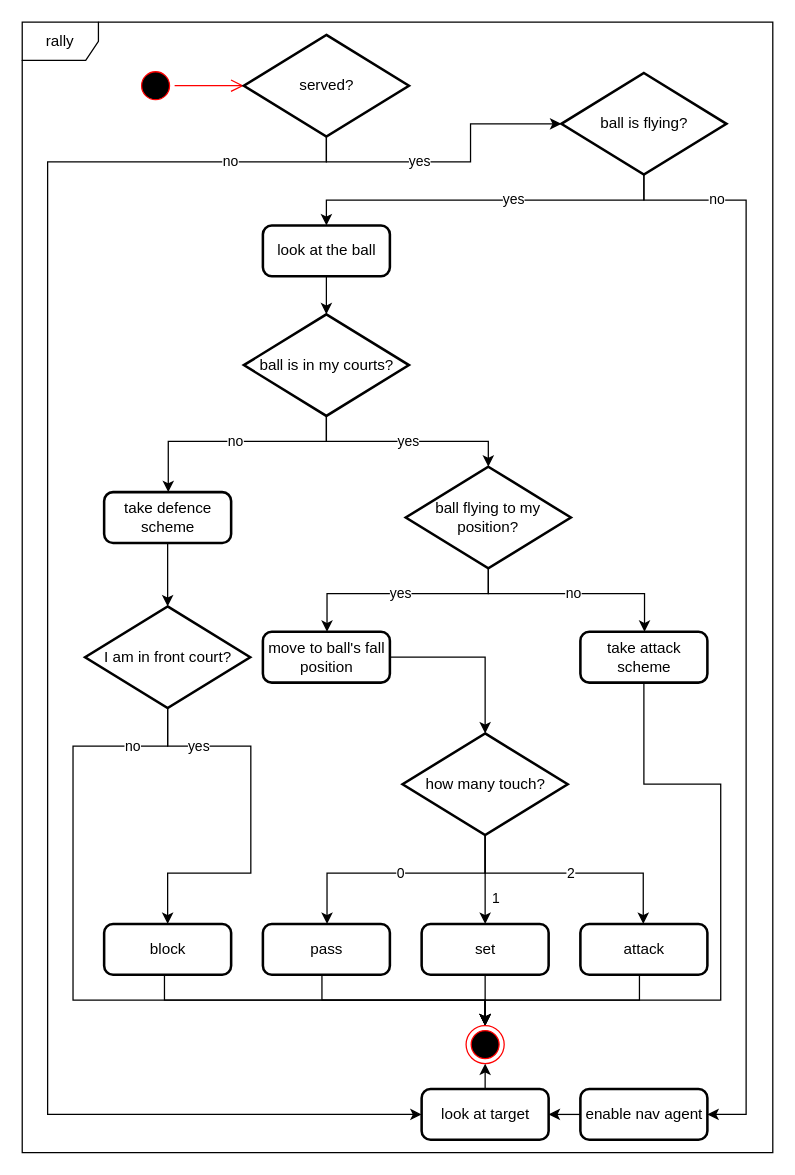
mikymaione/Folie keeps this draw.io diagram as Project/Documentation/Diagrams/rally.drawio. Above is the earlier version. Source tidied: cells renumbered, new cells numbered last; positions are measured from the earlier drawing's top-left corner, leaving out a move shared by most shapes. Both pictures are drawn from the tidied source at 127%, with x=0, y=0 at pixel (22, 22).
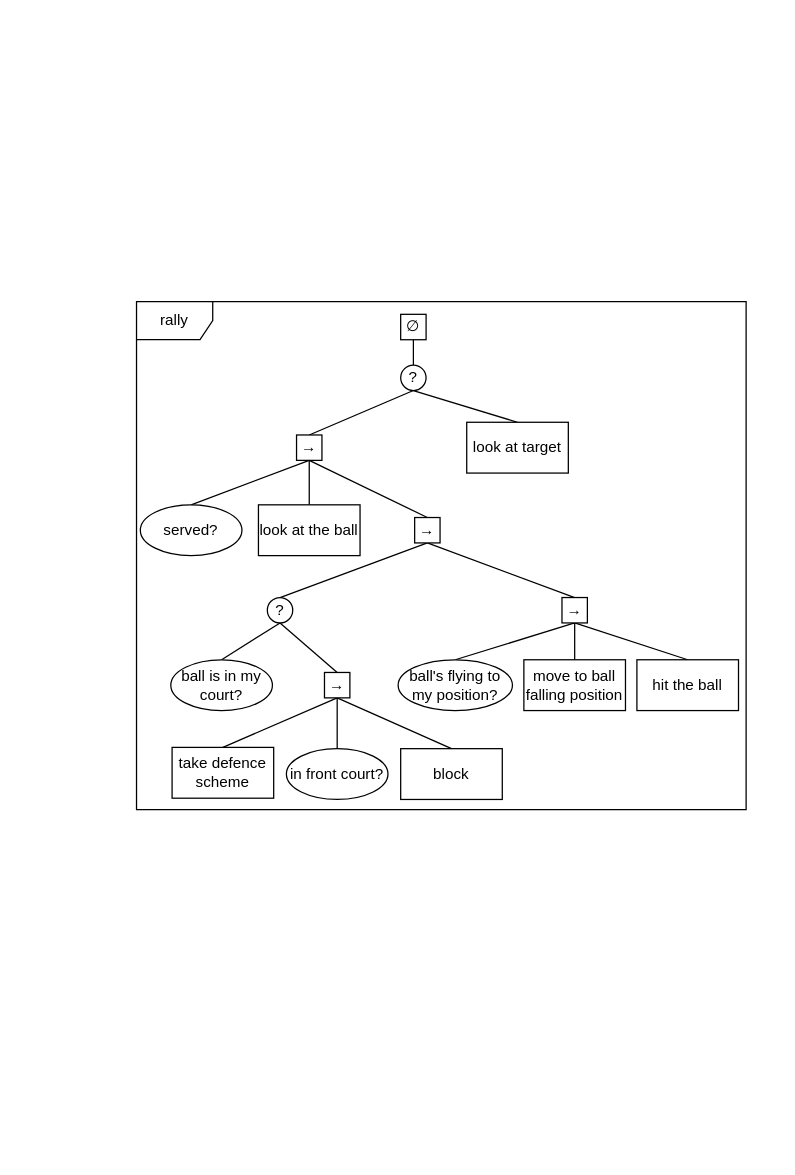
The same diagram, later.

Diff of the diagram source:
```diff
@@
     <mxCell id="2" value="rally" style="shape=umlFrame;whiteSpace=wrap;html=1;" parent="1" vertex="1">
-      <mxGeometry width="591" height="890" as="geometry" />
+      <mxGeometry x="90" y="220" width="480" height="400" as="geometry" />
     </mxCell>
-    <mxCell id="3" value="ball flying to my position?" style="strokeWidth=2;html=1;shape=mxgraph.flowchart.decision;whiteSpace=wrap;" parent="1" vertex="1">
-      <mxGeometry x="302" y="350" width="130" height="80" as="geometry" />
-    </mxCell>
+    <mxCell id="45" style="rounded=0;jettySize=auto;html=1;exitX=0.5;exitY=1;exitDx=0;exitDy=0;endArrow=none;endFill=0;entryX=0.5;entryY=0;entryDx=0;entryDy=0;" parent="1" edge="1" source="47" target="49">
+      <mxGeometry relative="1" as="geometry" />
+    </mxCell>
+    <mxCell id="46" style="edgeStyle=none;rounded=0;jettySize=auto;html=1;exitX=0.5;exitY=1;exitDx=0;exitDy=0;entryX=0.5;entryY=0;entryDx=0;entryDy=0;endArrow=none;endFill=0;" parent="1" edge="1" source="47" target="41">
+      <mxGeometry relative="1" as="geometry" />
+    </mxCell>
+    <mxCell id="47" value="?" style="ellipse;whiteSpace=wrap;html=1;" parent="1" vertex="1">
+      <mxGeometry x="298" y="270" width="20" height="20" as="geometry" />
+    </mxCell>
+    <mxCell id="48" style="edgeStyle=none;rounded=0;jettySize=auto;html=1;exitX=0.5;exitY=1;exitDx=0;exitDy=0;entryX=0.5;entryY=0;entryDx=0;entryDy=0;endArrow=none;endFill=0;" parent="1" edge="1" source="49" target="35">
+      <mxGeometry relative="1" as="geometry" />
+    </mxCell>
+    <mxCell id="49" value="→" style="whiteSpace=wrap;html=1;flipH=1;" parent="1" vertex="1">
+      <mxGeometry x="216" y="325" width="20" height="20" as="geometry" />
+    </mxCell>
+    <mxCell id="35" value="served?" style="ellipse;whiteSpace=wrap;html=1;flipH=1;" parent="1" vertex="1">
+      <mxGeometry x="93" y="380" width="80" height="40" as="geometry" />
+    </mxCell>
+    <mxCell id="50" style="edgeStyle=none;rounded=0;jettySize=auto;html=1;exitX=0.5;exitY=1;exitDx=0;exitDy=0;entryX=0.5;entryY=0;entryDx=0;entryDy=0;endArrow=none;endFill=0;" parent="1" edge="1" source="72" target="60">
+      <mxGeometry relative="1" as="geometry" />
+    </mxCell>
+    <mxCell id="51" style="edgeStyle=none;rounded=0;jettySize=auto;html=1;exitX=0.5;exitY=1;exitDx=0;exitDy=0;entryX=0.5;entryY=0;entryDx=0;entryDy=0;endArrow=none;endFill=0;" parent="1" edge="1" source="72" target="54">
+      <mxGeometry relative="1" as="geometry" />
+    </mxCell>
+    <mxCell id="52" style="edgeStyle=none;rounded=0;jettySize=auto;html=1;exitX=0.5;exitY=1;exitDx=0;exitDy=0;entryX=0.5;entryY=0;entryDx=0;entryDy=0;endArrow=none;endFill=0;" parent="1" edge="1" source="54" target="71">
+      <mxGeometry relative="1" as="geometry" />
+    </mxCell>
+    <mxCell id="53" style="edgeStyle=none;rounded=0;jettySize=auto;html=1;exitX=0.5;exitY=1;exitDx=0;exitDy=0;entryX=0.5;entryY=0;entryDx=0;entryDy=0;endArrow=none;endFill=0;" parent="1" edge="1" source="54" target="68">
+      <mxGeometry relative="1" as="geometry" />
+    </mxCell>
+    <mxCell id="54" value="?" style="ellipse;whiteSpace=wrap;html=1;" parent="1" vertex="1">
+      <mxGeometry x="193" y="453" width="20" height="20" as="geometry" />
+    </mxCell>
+    <mxCell id="55" style="edgeStyle=none;rounded=0;jettySize=auto;html=1;exitX=0.5;exitY=1;exitDx=0;exitDy=0;entryX=0.5;entryY=0;entryDx=0;entryDy=0;endArrow=none;endFill=0;" parent="1" edge="1" source="60" target="57">
+      <mxGeometry relative="1" as="geometry" />
+    </mxCell>
+    <mxCell id="56" value="in front court?" style="ellipse;whiteSpace=wrap;html=1;" parent="1" vertex="1">
+      <mxGeometry x="208" y="572" width="80" height="40" as="geometry" />
+    </mxCell>
+    <mxCell id="22" value="block" style="rounded=0;whiteSpace=wrap;html=1;" parent="1" vertex="1">
+      <mxGeometry x="298" y="572" width="80" height="40" as="geometry" />
+    </mxCell>
+    <mxCell id="57" value="ball's flying to my position?" style="ellipse;whiteSpace=wrap;html=1;" parent="1" vertex="1">
+      <mxGeometry x="296" y="502" width="90" height="40" as="geometry" />
+    </mxCell>
+    <mxCell id="58" style="edgeStyle=none;rounded=0;jettySize=auto;html=1;exitX=0.5;exitY=1;exitDx=0;exitDy=0;entryX=0.5;entryY=0;entryDx=0;entryDy=0;endArrow=none;endFill=0;" parent="1" edge="1" source="60" target="61">
+      <mxGeometry relative="1" as="geometry" />
+    </mxCell>
+    <mxCell id="59" style="edgeStyle=none;rounded=0;jettySize=auto;html=1;exitX=0.5;exitY=1;exitDx=0;exitDy=0;entryX=0.5;entryY=0;entryDx=0;entryDy=0;endArrow=none;endFill=0;" parent="1" edge="1" source="60" target="62">
+      <mxGeometry relative="1" as="geometry" />
+    </mxCell>
+    <mxCell id="60" value="→" style="whiteSpace=wrap;html=1;" parent="1" vertex="1">
+      <mxGeometry x="425" y="453" width="20" height="20" as="geometry" />
+    </mxCell>
+    <mxCell id="61" value="move to ball falling position" style="rounded=0;whiteSpace=wrap;html=1;" parent="1" vertex="1">
+      <mxGeometry x="395" y="502" width="80" height="40" as="geometry" />
+    </mxCell>
+    <mxCell id="62" value="hit the ball" style="rounded=0;whiteSpace=wrap;html=1;" parent="1" vertex="1">
+      <mxGeometry x="484" y="502" width="80" height="40" as="geometry" />
+    </mxCell>
+    <mxCell id="41" value="look at target" style="rounded=0;whiteSpace=wrap;html=1;" parent="1" vertex="1">
+      <mxGeometry x="350" y="315" width="80" height="40" as="geometry" />
+    </mxCell>
+    <mxCell id="63" style="edgeStyle=none;rounded=0;jettySize=auto;html=1;exitX=0.5;exitY=1;exitDx=0;exitDy=0;entryX=0.5;entryY=0;entryDx=0;entryDy=0;endArrow=none;endFill=0;" parent="1" edge="1" source="49" target="72">
+      <mxGeometry relative="1" as="geometry" />
+    </mxCell>
+    <mxCell id="64" style="edgeStyle=none;rounded=0;jettySize=auto;html=1;exitX=0.5;exitY=1;exitDx=0;exitDy=0;entryX=0.5;entryY=0;entryDx=0;entryDy=0;endArrow=none;endFill=0;" parent="1" edge="1" source="49" target="33">
+      <mxGeometry relative="1" as="geometry" />
+    </mxCell>
+    <mxCell id="33" value="look at the ball" style="rounded=0;whiteSpace=wrap;html=1;" parent="1" vertex="1">
+      <mxGeometry x="186" y="380" width="80" height="40" as="geometry" />
+    </mxCell>
+    <mxCell id="65" style="edgeStyle=none;rounded=0;jettySize=auto;html=1;exitX=0.5;exitY=1;exitDx=0;exitDy=0;entryX=0.5;entryY=0;entryDx=0;entryDy=0;endArrow=none;endFill=0;" parent="1" edge="1" source="68" target="56">
+      <mxGeometry relative="1" as="geometry" />
+    </mxCell>
+    <mxCell id="66" style="edgeStyle=none;rounded=0;jettySize=auto;html=1;exitX=0.5;exitY=1;exitDx=0;exitDy=0;entryX=0.5;entryY=0;entryDx=0;entryDy=0;endArrow=none;endFill=0;" parent="1" edge="1" source="68" target="22">
+      <mxGeometry relative="1" as="geometry" />
+    </mxCell>
+    <mxCell id="67" style="edgeStyle=none;rounded=0;jettySize=auto;html=1;exitX=0.5;exitY=1;exitDx=0;exitDy=0;entryX=0.5;entryY=0;entryDx=0;entryDy=0;endArrow=none;endFill=0;" parent="1" edge="1" source="68" target="4">
+      <mxGeometry relative="1" as="geometry" />
+    </mxCell>
+    <mxCell id="68" value="→" style="whiteSpace=wrap;html=1;" parent="1" vertex="1">
+      <mxGeometry x="238" y="512" width="20" height="20" as="geometry" />
+    </mxCell>
+    <mxCell id="69" style="edgeStyle=none;rounded=0;jettySize=auto;html=1;exitX=0.5;exitY=1;exitDx=0;exitDy=0;entryX=0.5;entryY=0;entryDx=0;entryDy=0;endArrow=none;endFill=0;" parent="1" edge="1" source="70" target="47">
+      <mxGeometry relative="1" as="geometry" />
+    </mxCell>
+    <mxCell id="70" value="∅" style="whiteSpace=wrap;html=1;flipH=1;" parent="1" vertex="1">
+      <mxGeometry x="298" y="230" width="20" height="20" as="geometry" />
+    </mxCell>
+    <mxCell id="71" value="ball is in my court?" style="ellipse;whiteSpace=wrap;html=1;" parent="1" vertex="1">
+      <mxGeometry x="117" y="502" width="80" height="40" as="geometry" />
+    </mxCell>
-    <mxCell id="4" value="take defence scheme" style="rounded=1;whiteSpace=wrap;html=1;absoluteArcSize=1;arcSize=14;strokeWidth=2;" parent="1" vertex="1">
-      <mxGeometry x="64.5" y="370" width="100" height="40" as="geometry" />
+    <mxCell id="4" value="take defence scheme" style="rounded=0;whiteSpace=wrap;html=1;" parent="1" vertex="1">
+      <mxGeometry x="118" y="571" width="80" height="40" as="geometry" />
     </mxCell>
-    <mxCell id="5" value="move to ball's fall position" style="rounded=1;whiteSpace=wrap;html=1;absoluteArcSize=1;arcSize=14;strokeWidth=2;" parent="1" vertex="1">
-      <mxGeometry x="189.5" y="480" width="100" height="40" as="geometry" />
-    </mxCell>
-    <mxCell id="6" value="how many touch?" style="strokeWidth=2;html=1;shape=mxgraph.flowchart.decision;whiteSpace=wrap;" parent="1" vertex="1">
-      <mxGeometry x="299.5" y="560" width="130" height="80" as="geometry" />
-    </mxCell>
-    <mxCell id="7" value="pass" style="rounded=1;whiteSpace=wrap;html=1;absoluteArcSize=1;arcSize=14;strokeWidth=2;" parent="1" vertex="1">
-      <mxGeometry x="189.5" y="710" width="100" height="40" as="geometry" />
-    </mxCell>
-    <mxCell id="8" value="set" style="rounded=1;whiteSpace=wrap;html=1;absoluteArcSize=1;arcSize=14;strokeWidth=2;" parent="1" vertex="1">
-      <mxGeometry x="314.5" y="710" width="100" height="40" as="geometry" />
-    </mxCell>
-    <mxCell id="9" value="attack" style="rounded=1;whiteSpace=wrap;html=1;absoluteArcSize=1;arcSize=14;strokeWidth=2;" parent="1" vertex="1">
-      <mxGeometry x="439.5" y="710" width="100" height="40" as="geometry" />
-    </mxCell>
-    <mxCell id="10" value="0" style="endArrow=classic;html=1;edgeStyle=orthogonalEdgeStyle;rounded=0;exitX=0.5;exitY=1;exitDx=0;exitDy=0;exitPerimeter=0;" parent="1" edge="1" source="6" target="7">
-      <mxGeometry relative="1" as="geometry">
-        <Array as="points">
-          <mxPoint x="364" y="670" />
-          <mxPoint x="240" y="670" />
-        </Array>
-      </mxGeometry>
-    </mxCell>
-    <mxCell id="11" value="1" style="endArrow=classic;html=1;edgeStyle=orthogonalEdgeStyle;rounded=0;" parent="1" edge="1" source="6" target="8">
-      <mxGeometry x="0.43" y="8" relative="1" as="geometry" />
-    </mxCell>
-    <mxCell id="12" value="2" style="endArrow=classic;html=1;edgeStyle=orthogonalEdgeStyle;rounded=0;exitX=0.5;exitY=1;exitDx=0;exitDy=0;exitPerimeter=0;" parent="1" edge="1" source="6" target="9">
-      <mxGeometry relative="1" as="geometry">
-        <Array as="points">
-          <mxPoint x="364" y="670" />
-          <mxPoint x="489" y="670" />
-        </Array>
-      </mxGeometry>
-    </mxCell>
-    <mxCell id="13" style="endArrow=classic;html=1;rounded=0;edgeStyle=orthogonalEdgeStyle;" parent="1" edge="1" source="5" target="6">
-      <mxGeometry relative="1" as="geometry" />
-    </mxCell>
-    <mxCell id="14" value="yes" style="endArrow=classic;html=1;rounded=0;edgeStyle=orthogonalEdgeStyle;" parent="1" edge="1" source="3" target="5">
-      <mxGeometry relative="1" as="geometry">
-        <Array as="points">
-          <mxPoint x="367" y="450" />
-          <mxPoint x="240" y="450" />
-        </Array>
-      </mxGeometry>
-    </mxCell>
-    <mxCell id="15" value="ball is in my courts?" style="strokeWidth=2;html=1;shape=mxgraph.flowchart.decision;whiteSpace=wrap;" parent="1" vertex="1">
-      <mxGeometry x="174.5" y="230" width="130" height="80" as="geometry" />
-    </mxCell>
-    <mxCell id="16" value="yes" style="endArrow=classic;html=1;rounded=0;edgeStyle=orthogonalEdgeStyle;" parent="1" edge="1" source="15" target="3">
-      <mxGeometry relative="1" as="geometry" />
-    </mxCell>
-    <mxCell id="17" value="no" style="endArrow=classic;html=1;edgeStyle=orthogonalEdgeStyle;rounded=0;" parent="1" edge="1" source="15" target="4">
-      <mxGeometry relative="1" as="geometry">
-        <Array as="points">
-          <mxPoint x="239" y="330" />
-          <mxPoint x="115" y="330" />
-        </Array>
-      </mxGeometry>
-    </mxCell>
-    <mxCell id="18" value="take attack scheme" style="rounded=1;whiteSpace=wrap;html=1;absoluteArcSize=1;arcSize=14;strokeWidth=2;" parent="1" vertex="1">
-      <mxGeometry x="439.5" y="480" width="100" height="40" as="geometry" />
-    </mxCell>
-    <mxCell id="19" value="no" style="endArrow=classic;html=1;rounded=0;edgeStyle=orthogonalEdgeStyle;" parent="1" edge="1" source="3" target="18">
-      <mxGeometry relative="1" as="geometry">
-        <Array as="points">
-          <mxPoint x="367" y="450" />
-          <mxPoint x="490" y="450" />
-        </Array>
-      </mxGeometry>
-    </mxCell>
-    <mxCell id="20" value="I am in front court?" style="strokeWidth=2;html=1;shape=mxgraph.flowchart.decision;whiteSpace=wrap;" parent="1" vertex="1">
-      <mxGeometry x="49.5" y="460" width="130" height="80" as="geometry" />
-    </mxCell>
-    <mxCell id="21" style="endArrow=classic;html=1;rounded=0;edgeStyle=orthogonalEdgeStyle;" parent="1" edge="1" source="4" target="20">
-      <mxGeometry relative="1" as="geometry" />
-    </mxCell>
-    <mxCell id="22" value="block" style="rounded=1;whiteSpace=wrap;html=1;absoluteArcSize=1;arcSize=14;strokeWidth=2;" parent="1" vertex="1">
-      <mxGeometry x="64.5" y="710" width="100" height="40" as="geometry" />
-    </mxCell>
-    <mxCell id="23" value="yes" style="endArrow=classic;html=1;rounded=0;edgeStyle=orthogonalEdgeStyle;exitX=0.5;exitY=1;exitDx=0;exitDy=0;exitPerimeter=0;entryX=0.5;entryY=0;entryDx=0;entryDy=0;" parent="1" edge="1" source="20" target="22">
-      <mxGeometry x="-0.64" relative="1" as="geometry">
-        <Array as="points">
-          <mxPoint x="115" y="570" />
-          <mxPoint x="180" y="570" />
-          <mxPoint x="180" y="670" />
-          <mxPoint x="115" y="670" />
-        </Array>
-      </mxGeometry>
-    </mxCell>
-    <mxCell id="24" style="endArrow=classic;html=1;rounded=0;edgeStyle=orthogonalEdgeStyle;entryX=0.5;entryY=0;entryDx=0;entryDy=0;" parent="1" edge="1" source="22" target="40">
-      <mxGeometry relative="1" as="geometry">
-        <Array as="points">
-          <mxPoint x="112" y="770" />
-          <mxPoint x="365" y="770" />
-        </Array>
-      </mxGeometry>
-    </mxCell>
-    <mxCell id="25" style="endArrow=classic;html=1;rounded=0;edgeStyle=orthogonalEdgeStyle;entryX=0.5;entryY=0;entryDx=0;entryDy=0;" parent="1" edge="1" source="7" target="40">
-      <mxGeometry relative="1" as="geometry">
-        <Array as="points">
-          <mxPoint x="236" y="770" />
-          <mxPoint x="365" y="770" />
-        </Array>
-      </mxGeometry>
-    </mxCell>
-    <mxCell id="26" style="endArrow=classic;html=1;rounded=0;edgeStyle=orthogonalEdgeStyle;entryX=0.5;entryY=0;entryDx=0;entryDy=0;" parent="1" edge="1" source="8" target="40">
-      <mxGeometry relative="1" as="geometry" />
-    </mxCell>
-    <mxCell id="27" style="endArrow=classic;html=1;rounded=0;edgeStyle=orthogonalEdgeStyle;entryX=0.5;entryY=0;entryDx=0;entryDy=0;" parent="1" edge="1" source="9" target="40">
-      <mxGeometry relative="1" as="geometry">
-        <Array as="points">
-          <mxPoint x="486" y="770" />
-          <mxPoint x="365" y="770" />
-        </Array>
-      </mxGeometry>
-    </mxCell>
-    <mxCell id="28" style="endArrow=classic;html=1;rounded=0;edgeStyle=orthogonalEdgeStyle;entryX=0.5;entryY=0;entryDx=0;entryDy=0;" parent="1" edge="1" source="18" target="40">
-      <mxGeometry relative="1" as="geometry">
-        <Array as="points">
-          <mxPoint x="490" y="600" />
-          <mxPoint x="550" y="600" />
-          <mxPoint x="550" y="770" />
-          <mxPoint x="365" y="770" />
-        </Array>
-      </mxGeometry>
-    </mxCell>
-    <mxCell id="29" style="ellipse;html=1;shape=startState;fillColor=#000000;strokeColor=#ff0000;" parent="1" vertex="1">
-      <mxGeometry x="90" y="35" width="30" height="30" as="geometry" />
-    </mxCell>
-    <mxCell id="30" style="edgeStyle=orthogonalEdgeStyle;html=1;verticalAlign=bottom;endArrow=open;endSize=8;strokeColor=#ff0000;rounded=0;" parent="1" edge="1" source="29" target="35">
-      <mxGeometry relative="1" as="geometry" />
-    </mxCell>
-    <mxCell id="31" value="ball is flying?" style="strokeWidth=2;html=1;shape=mxgraph.flowchart.decision;whiteSpace=wrap;" parent="1" vertex="1">
-      <mxGeometry x="424.5" y="40" width="130" height="80" as="geometry" />
-    </mxCell>
-    <mxCell id="32" value="yes" style="endArrow=classic;html=1;rounded=0;edgeStyle=orthogonalEdgeStyle;exitX=0.5;exitY=1;exitDx=0;exitDy=0;exitPerimeter=0;" parent="1" edge="1" source="31" target="33">
-      <mxGeometry x="-0.15" relative="1" as="geometry" />
-    </mxCell>
-    <mxCell id="33" value="look at the ball" style="rounded=1;whiteSpace=wrap;html=1;absoluteArcSize=1;arcSize=14;strokeWidth=2;" parent="1" vertex="1">
-      <mxGeometry x="189.5" y="160" width="100" height="40" as="geometry" />
-    </mxCell>
-    <mxCell id="34" style="endArrow=classic;html=1;edgeStyle=orthogonalEdgeStyle;rounded=0;exitX=0.5;exitY=1;exitDx=0;exitDy=0;" parent="1" edge="1" source="33" target="15">
-      <mxGeometry relative="1" as="geometry">
-        <Array as="points">
-          <mxPoint x="240" y="210" />
-          <mxPoint x="240" y="210" />
-        </Array>
-      </mxGeometry>
-    </mxCell>
-    <mxCell id="35" value="served?" style="strokeWidth=2;html=1;shape=mxgraph.flowchart.decision;whiteSpace=wrap;" parent="1" vertex="1">
-      <mxGeometry x="174.5" y="10" width="130" height="80" as="geometry" />
-    </mxCell>
-    <mxCell id="36" value="yes" style="endArrow=classic;html=1;rounded=0;edgeStyle=orthogonalEdgeStyle;exitX=0.5;exitY=1;exitDx=0;exitDy=0;exitPerimeter=0;entryX=0;entryY=0.5;entryDx=0;entryDy=0;entryPerimeter=0;" parent="1" edge="1" source="35" target="31">
-      <mxGeometry x="-0.21" relative="1" as="geometry">
-        <Array as="points">
-          <mxPoint x="239" y="110" />
-          <mxPoint x="353" y="110" />
-          <mxPoint x="353" y="80" />
-        </Array>
-      </mxGeometry>
-    </mxCell>
-    <mxCell id="37" value="no" style="endArrow=classic;html=1;rounded=0;edgeStyle=orthogonalEdgeStyle;exitX=0.5;exitY=1;exitDx=0;exitDy=0;exitPerimeter=0;" parent="1" edge="1" source="35" target="41">
-      <mxGeometry x="-0.85" relative="1" as="geometry">
-        <Array as="points">
-          <mxPoint x="239" y="110" />
-          <mxPoint x="20" y="110" />
-          <mxPoint x="20" y="860" />
-        </Array>
-      </mxGeometry>
-    </mxCell>
-    <mxCell id="38" value="no" style="endArrow=classic;html=1;rounded=0;edgeStyle=orthogonalEdgeStyle;exitX=0.5;exitY=1;exitDx=0;exitDy=0;exitPerimeter=0;" parent="1" edge="1" source="31" target="43">
-      <mxGeometry x="-0.82" relative="1" as="geometry">
-        <Array as="points">
-          <mxPoint x="490" y="140" />
-          <mxPoint x="570" y="140" />
-          <mxPoint x="570" y="860" />
-        </Array>
-      </mxGeometry>
-    </mxCell>
-    <mxCell id="39" value="no" style="endArrow=classic;html=1;rounded=0;edgeStyle=orthogonalEdgeStyle;exitX=0.5;exitY=1;exitDx=0;exitDy=0;exitPerimeter=0;entryX=0.5;entryY=0;entryDx=0;entryDy=0;" parent="1" edge="1" source="20" target="40">
-      <mxGeometry x="-0.82" relative="1" as="geometry">
-        <Array as="points">
-          <mxPoint x="115" y="570" />
-          <mxPoint x="40" y="570" />
-          <mxPoint x="40" y="770" />
-          <mxPoint x="364" y="770" />
-        </Array>
-      </mxGeometry>
-    </mxCell>
-    <mxCell id="40" style="ellipse;html=1;shape=endState;fillColor=#000000;strokeColor=#ff0000;" parent="1" vertex="1">
-      <mxGeometry x="349.5" y="790" width="30" height="30" as="geometry" />
-    </mxCell>
-    <mxCell id="41" value="look at target" style="rounded=1;whiteSpace=wrap;html=1;absoluteArcSize=1;arcSize=14;strokeWidth=2;" parent="1" vertex="1">
-      <mxGeometry x="314.5" y="840" width="100" height="40" as="geometry" />
-    </mxCell>
-    <mxCell id="42" style="endArrow=classic;html=1;rounded=0;edgeStyle=orthogonalEdgeStyle;" parent="1" edge="1" source="41" target="40">
-      <mxGeometry relative="1" as="geometry" />
-    </mxCell>
-    <mxCell id="43" value="enable nav agent" style="rounded=1;whiteSpace=wrap;html=1;absoluteArcSize=1;arcSize=14;strokeWidth=2;" parent="1" vertex="1">
-      <mxGeometry x="439.5" y="840" width="100" height="40" as="geometry" />
-    </mxCell>
-    <mxCell id="44" style="endArrow=classic;html=1;rounded=0;edgeStyle=orthogonalEdgeStyle;" parent="1" edge="1" source="43" target="41">
-      <mxGeometry relative="1" as="geometry" />
-    </mxCell>
+    <mxCell id="72" value="→" style="whiteSpace=wrap;html=1;" parent="1" vertex="1">
+      <mxGeometry x="309" y="390" width="20" height="20" as="geometry" />
+    </mxCell>
```
